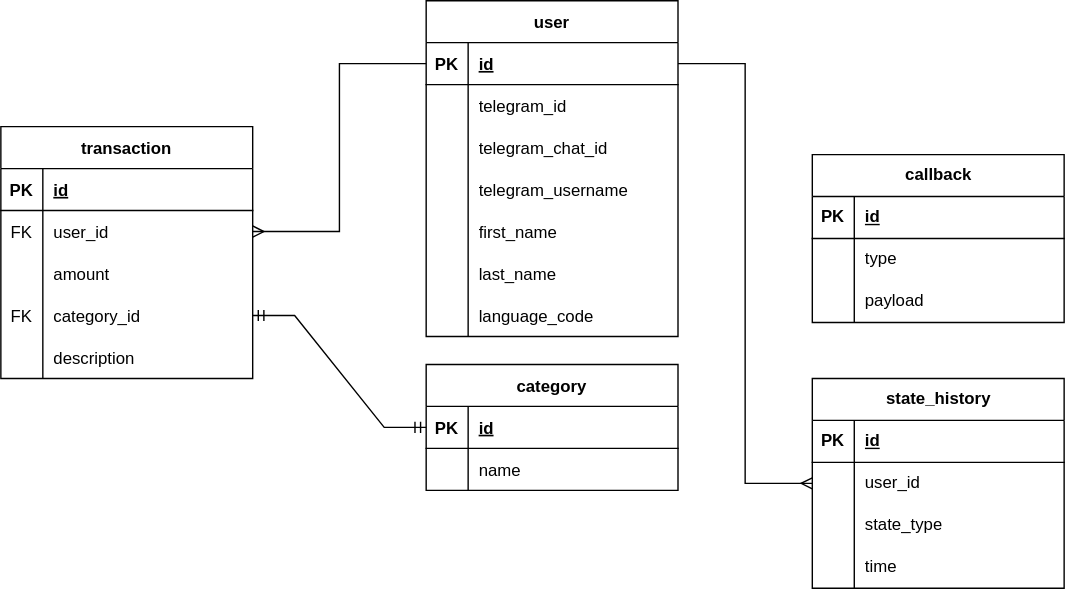
msemitkin/financie keeps this draw.io diagram as database-diagram.drawio.svg. Above is the earlier version. Source tidied: cells renumbered, new cells last; positions are measured from the earlier drawing's top-left corner, leaving out a move shared by most shapes.
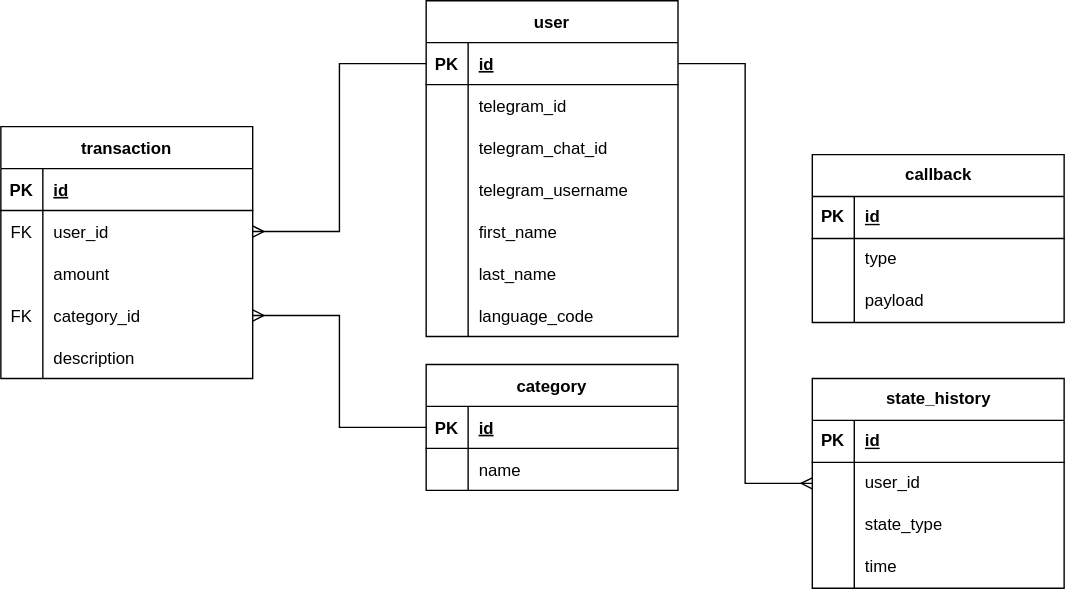
Above is the later version.

Diff of the diagram source:
```diff
@@ -137,9 +137,6 @@
     <mxCell id="46" value="language_code" style="shape=partialRectangle;fillColor=none;top=0;left=0;bottom=0;right=0;align=left;spacingLeft=6;overflow=hidden;" parent="44" vertex="1">
       <mxGeometry x="30" width="150" height="30" as="geometry" />
     </mxCell>
-    <mxCell id="47" style="edgeStyle=entityRelationEdgeStyle;fontSize=12;html=1;endArrow=ERmandOne;startArrow=ERmandOne;rounded=0;exitX=1;exitY=0.5;exitDx=0;exitDy=0;entryX=0;entryY=0.5;entryDx=0;entryDy=0;" parent="1" edge="1" source="12" target="19">
-      <mxGeometry relative="1" as="geometry" />
-    </mxCell>
     <mxCell id="48" value="callback" style="shape=table;startSize=30;rowLines=0;fontStyle=1;align=center;html=1;" parent="1" vertex="1">
       <mxGeometry x="580" y="110" width="180" height="120" as="geometry" />
     </mxCell>
@@ -215,5 +212,8 @@
     <mxCell id="72" style="edgeStyle=orthogonalEdgeStyle;rounded=0;jettySize=auto;html=1;exitX=0;exitY=0.5;exitDx=0;exitDy=0;entryX=1;entryY=0.5;entryDx=0;entryDy=0;endArrow=ERmany;endFill=0;" parent="1" edge="1" source="26" target="6">
       <mxGeometry relative="1" as="geometry" />
     </mxCell>
+    <mxCell id="73" style="edgeStyle=orthogonalEdgeStyle;rounded=0;jettySize=auto;html=1;exitX=0;exitY=0.5;exitDx=0;exitDy=0;entryX=1;entryY=0.5;entryDx=0;entryDy=0;endArrow=ERmany;endFill=0;" parent="1" edge="1" source="19" target="12">
+      <mxGeometry relative="1" as="geometry" />
+    </mxCell>
   </root>
 </mxGraphModel>
```
